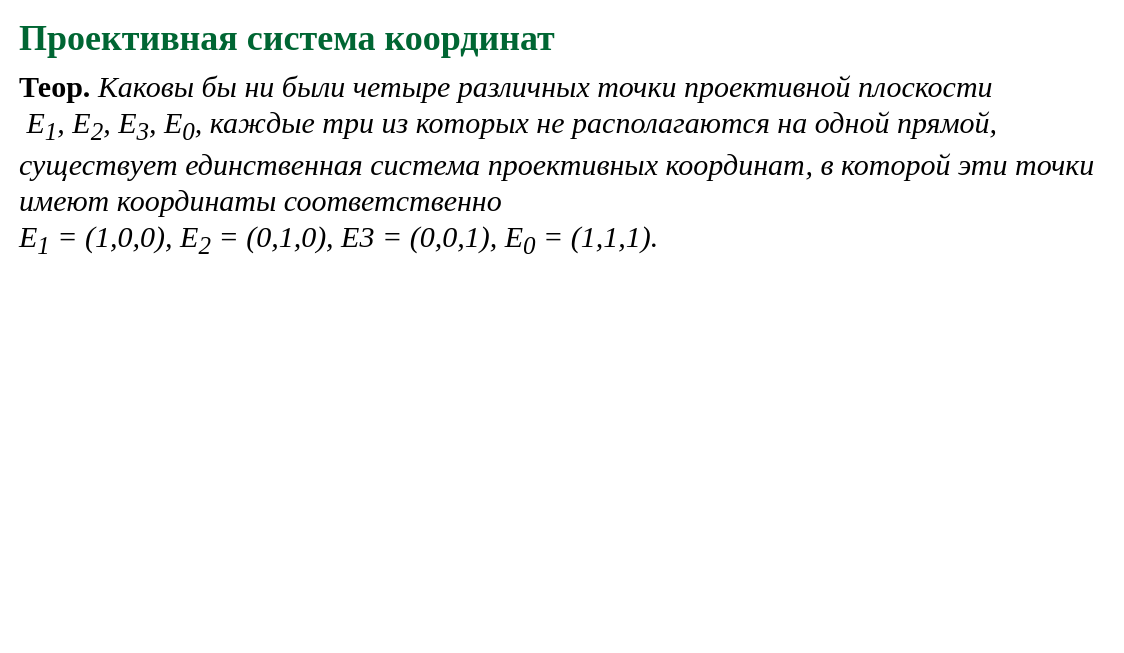
amcp-pit/geom_course keeps this draw.io diagram as page "p12" (16 of 30) of slides/proj_plane.drawio. Above is the earlier version. Source tidied: cells renumbered, new cells numbered last; positions are measured from the earlier drawing's top-left corner, leaving out a move shared by most shapes. Both pictures are drawn from the tidied source at 100%, with x=0, y=0 at pixel (17, 28).
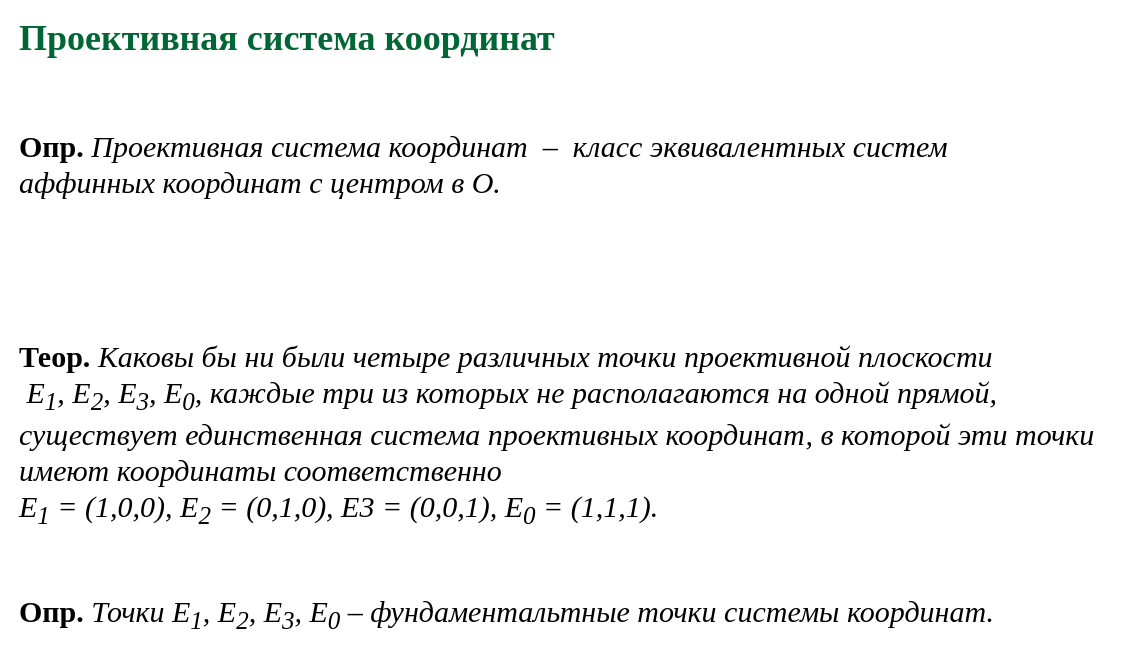
The same page after the edit.

What changed in the source:
```diff
@@
 <mxGraphModel>
   <root>
     <mxCell id="0" />
     <mxCell id="1" parent="0" />
     <mxCell id="2" value="&lt;font color=&quot;#006633&quot; face=&quot;garamond&quot;&gt;&lt;span style=&quot;font-size: 36px&quot;&gt;&lt;b&gt;Проективная система координат&lt;/b&gt;&lt;/span&gt;&lt;/font&gt;" style="text;html=1;align=left;verticalAlign=middle;whiteSpace=wrap;rounded=0;" parent="1" vertex="1">
       <mxGeometry width="920" height="20" as="geometry" />
     </mxCell>
     <mxCell id="3" value="&lt;div style=&quot;text-align: justify ; font-size: 30px&quot;&gt;&lt;font style=&quot;font-size: 30px&quot;&gt;&lt;b style=&quot;font-family: &amp;#34;times new roman&amp;#34;&quot;&gt;Теор.&lt;/b&gt;&lt;font face=&quot;times new roman&quot;&gt;&amp;nbsp;&lt;/font&gt;&lt;i&gt;&lt;font face=&quot;Times New Roman&quot;&gt;Каковы бы ни были четыре различных точки проективной плоскости&lt;br&gt;&lt;/font&gt;&lt;font face=&quot;times new roman&quot;&gt;&amp;nbsp;Е&lt;/font&gt;&lt;sub style=&quot;font-family: &amp;#34;times new roman&amp;#34;&quot;&gt;1&lt;/sub&gt;&lt;font face=&quot;times new roman&quot;&gt;, Е&lt;/font&gt;&lt;sub style=&quot;font-family: &amp;#34;times new roman&amp;#34;&quot;&gt;2&lt;/sub&gt;&lt;font face=&quot;times new roman&quot;&gt;, E&lt;sub&gt;3&lt;/sub&gt;, Е&lt;/font&gt;&lt;sub style=&quot;font-family: &amp;#34;times new roman&amp;#34;&quot;&gt;0&lt;/sub&gt;&lt;font face=&quot;times new roman&quot;&gt;, каждые три из которых не располагаются на одной прямой,&lt;/font&gt;&lt;/i&gt;&lt;/font&gt;&lt;/div&gt;&lt;div style=&quot;text-align: justify ; font-size: 30px&quot;&gt;&lt;span style=&quot;font-family: &amp;#34;times new roman&amp;#34;&quot;&gt;&lt;font style=&quot;font-size: 30px&quot;&gt;&lt;i&gt;существует единственная система проективных координат, в которой эти точки&lt;/i&gt;&lt;/font&gt;&lt;/span&gt;&lt;/div&gt;&lt;div style=&quot;text-align: justify ; font-size: 30px&quot;&gt;&lt;span style=&quot;font-family: &amp;#34;times new roman&amp;#34;&quot;&gt;&lt;font style=&quot;font-size: 30px&quot;&gt;&lt;i&gt;имеют координаты соответственно&amp;nbsp;&lt;/i&gt;&lt;/font&gt;&lt;/span&gt;&lt;/div&gt;&lt;div style=&quot;text-align: justify ; font-size: 30px&quot;&gt;&lt;span style=&quot;font-family: &amp;#34;times new roman&amp;#34;&quot;&gt;&lt;font style=&quot;font-size: 30px&quot;&gt;&lt;i&gt;Е&lt;sub&gt;1&lt;/sub&gt; = (1,0,0), Е&lt;sub&gt;2&lt;/sub&gt; = (0,1,0), E3 = (0,0,1), E&lt;sub&gt;0&lt;/sub&gt; = (1,1,1).&lt;/i&gt;&lt;/font&gt;&lt;/span&gt;&lt;/div&gt;" style="text;html=1;align=left;verticalAlign=middle;" parent="1" vertex="1">
-      <mxGeometry y="91" width="1090" height="90" as="geometry" />
+      <mxGeometry y="361" width="1090" height="90" as="geometry" />
     </mxCell>
+    <mxCell id="4" value="&lt;div style=&quot;text-align: justify ; font-size: 30px&quot;&gt;&lt;span style=&quot;font-family: &amp;#34;times new roman&amp;#34;&quot;&gt;&lt;font style=&quot;font-size: 30px&quot;&gt;&lt;b&gt;Опр.&lt;/b&gt;&amp;nbsp;&lt;i&gt;Проективная система координат&amp;nbsp;&amp;nbsp;&lt;/i&gt;&lt;/font&gt;&lt;/span&gt;&lt;i style=&quot;font-family: &amp;#34;times new roman&amp;#34;&quot;&gt;–&amp;nbsp;&lt;/i&gt;&lt;i style=&quot;font-family: &amp;#34;times new roman&amp;#34;&quot;&gt;&amp;nbsp;класс эквивалентных систем&lt;/i&gt;&lt;/div&gt;&lt;div style=&quot;text-align: justify ; font-size: 30px&quot;&gt;&lt;i style=&quot;font-family: &amp;#34;times new roman&amp;#34;&quot;&gt;аффинных координат с центром в О.&amp;nbsp;&lt;/i&gt;&lt;/div&gt;" style="text;html=1;align=left;verticalAlign=middle;" parent="1" vertex="1">
+      <mxGeometry y="121" width="940" height="30" as="geometry" />
+    </mxCell>
+    <mxCell id="5" value="&lt;div style=&quot;text-align: justify ; font-size: 30px&quot;&gt;&lt;span style=&quot;font-family: &amp;#34;times new roman&amp;#34;&quot;&gt;&lt;font style=&quot;font-size: 30px&quot;&gt;&lt;b&gt;Опр.&lt;/b&gt;&amp;nbsp;&lt;i&gt;Точки E&lt;sub&gt;1&lt;/sub&gt;, Е&lt;sub&gt;2&lt;/sub&gt;, Е&lt;sub&gt;3&lt;/sub&gt;, Е&lt;sub&gt;0&lt;/sub&gt;&amp;nbsp;&lt;/i&gt;&lt;/font&gt;&lt;/span&gt;&lt;i style=&quot;font-family: &amp;#34;times new roman&amp;#34;&quot;&gt;– фундаментальтные точки системы координат&lt;/i&gt;&lt;i style=&quot;font-family: &amp;#34;times new roman&amp;#34;&quot;&gt;.&amp;nbsp;&lt;/i&gt;&lt;/div&gt;" style="text;html=1;align=left;verticalAlign=middle;" parent="1" vertex="1">
+      <mxGeometry y="571" width="1000" height="30" as="geometry" />
+    </mxCell>
   </root>
 </mxGraphModel>
```
